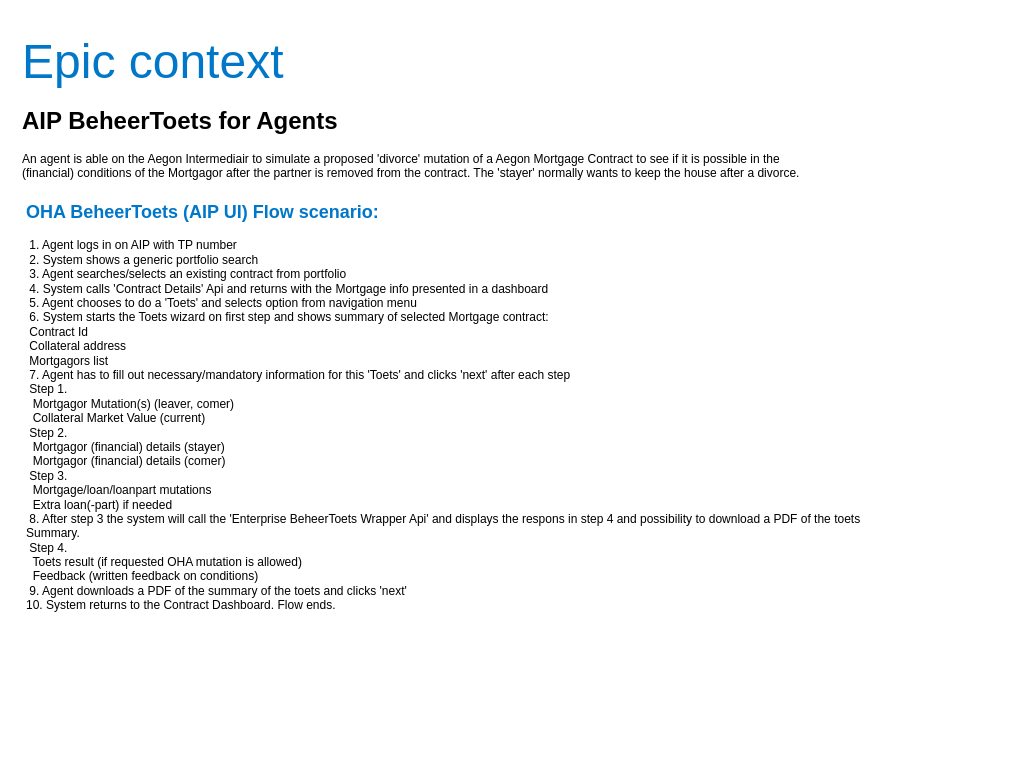
This is page "Epic Context Toets" (1 of 6) of ESA-AIP-BeheerToets.drawio from luchthandel/diagrams, a draw.io file, before an edit. Source tidied: cells renumbered, new cells numbered last; positions are measured from the earlier drawing's top-left corner, leaving out a move shared by most shapes. Both pictures are drawn from the tidied source at 100%, with x=0, y=0 at pixel (17, 27).
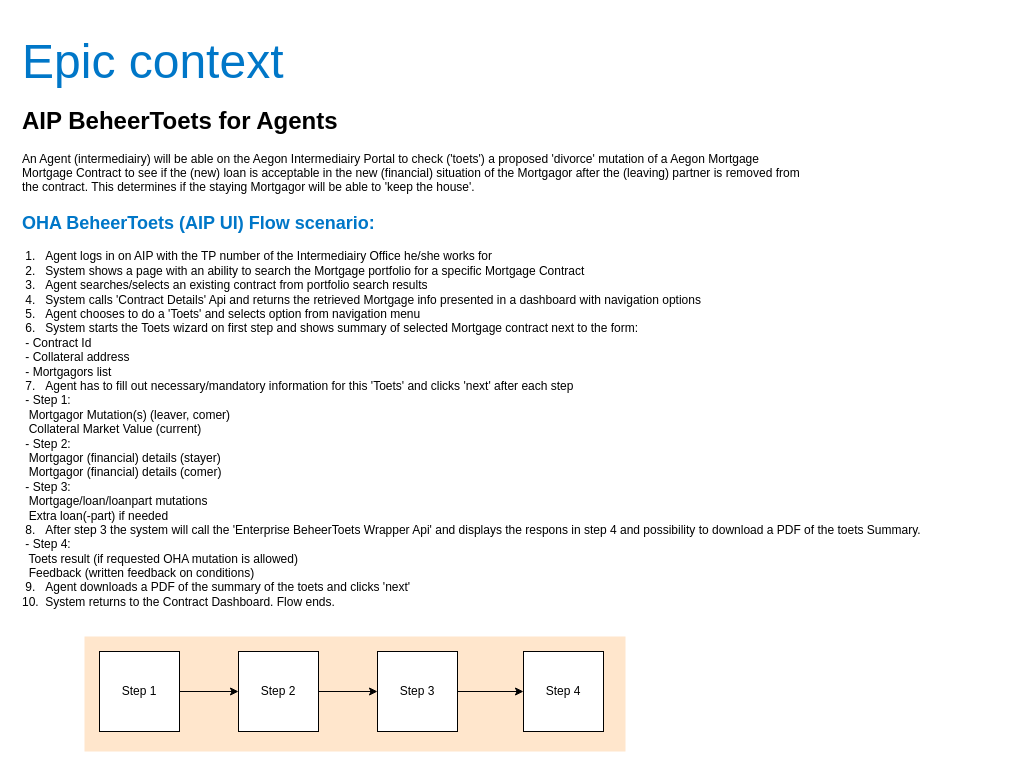
The same diagram, later.

Diff of the diagram source:
```diff
@@
 <mxGraphModel>
   <root>
     <mxCell id="0" />
     <mxCell id="1" parent="0" />
+    <mxCell id="4" style="whiteSpace=wrap;html=1;strokeColor=none;fillColor=#ffe6cc;" parent="1" vertex="1">
+      <mxGeometry x="67" y="609" width="541" height="115" as="geometry" />
+    </mxCell>
-    <mxCell id="2" value="&lt;h1 style=&quot;white-space: nowrap&quot;&gt;&lt;font color=&quot;#0077c8&quot; style=&quot;font-weight: normal ; font-size: 48px&quot;&gt;Epic context&lt;/font&gt;&lt;/h1&gt;&lt;h1&gt;AIP BeheerToets for Agents&lt;/h1&gt;&lt;p&gt;An agent is able on the Aegon Intermediair to simulate a proposed 'divorce' mutation of a Aegon Mortgage Contract to see if it is possible in the (financial) conditions of the Mortgagor after the partner is removed from the contract. The 'stayer' normally wants to keep the house after a divorce.&lt;/p&gt;" style="text;html=1;strokeColor=none;fillColor=none;spacing=5;spacingTop=-20;whiteSpace=wrap;overflow=hidden;rounded=0;" parent="1" vertex="1">
-      <mxGeometry width="790" height="160" as="geometry" />
+    <mxCell id="2" value="&lt;h1 style=&quot;white-space: nowrap&quot;&gt;&lt;font color=&quot;#0077c8&quot; style=&quot;font-weight: normal ; font-size: 48px&quot;&gt;Epic context&lt;/font&gt;&lt;/h1&gt;&lt;h1&gt;AIP BeheerToets for Agents&lt;/h1&gt;&lt;p&gt;An Agent (intermediairy) will be able on the Aegon Intermediairy Portal to check ('toets') a proposed 'divorce' mutation of a Aegon Mortgage Mortgage Contract to see if the (new) loan is acceptable in the new (financial) situation of the Mortgagor after the (leaving) partner is removed from the contract. This determines if the staying Mortgagor will be able to 'keep the house'.&lt;/p&gt;" style="text;html=1;strokeColor=none;fillColor=none;spacing=5;spacingTop=-20;whiteSpace=wrap;overflow=hidden;rounded=0;" parent="1" vertex="1">
+      <mxGeometry width="790" height="181" as="geometry" />
     </mxCell>
-    <mxCell id="3" value="&lt;p&gt;&lt;/p&gt;&lt;h2&gt;&lt;font color=&quot;#0077c8&quot;&gt;OHA BeheerToets (AIP UI) Flow scenario:&lt;/font&gt;&lt;/h2&gt;&amp;nbsp;1. Agent logs in on AIP with TP number&lt;br&gt;&amp;nbsp;2. System shows a generic portfolio search&lt;br&gt;&amp;nbsp;3. Agent searches/selects an existing contract from portfolio&lt;br&gt;&amp;nbsp;4. System calls 'Contract Details' Api and returns with the Mortgage info presented in a dashboard&lt;br&gt;&amp;nbsp;5. Agent chooses to do a 'Toets' and selects option from navigation menu&lt;br&gt;&amp;nbsp;6. System starts the Toets wizard on first step and shows summary of selected Mortgage contract:&lt;br&gt;&lt;span style=&quot;white-space: pre&quot;&gt; &lt;/span&gt;Contract Id&lt;br&gt;&lt;span style=&quot;white-space: pre&quot;&gt; &lt;/span&gt;Collateral address&lt;br&gt;&lt;span style=&quot;white-space: pre&quot;&gt; &lt;/span&gt;Mortgagors list&lt;br&gt;&amp;nbsp;7. Agent has to fill out necessary/mandatory information for this 'Toets' and clicks 'next' after each step&lt;br&gt;&lt;span style=&quot;white-space: pre&quot;&gt; &lt;/span&gt;Step 1.&lt;br&gt;&lt;span style=&quot;white-space: pre&quot;&gt;  &lt;/span&gt;Mortgagor Mutation(s) (leaver, comer)&lt;br&gt;&lt;span style=&quot;white-space: pre&quot;&gt;  &lt;/span&gt;Collateral Market Value (current)&lt;br&gt;&lt;span style=&quot;white-space: pre&quot;&gt; &lt;/span&gt;Step 2.&lt;br&gt;&lt;span style=&quot;white-space: pre&quot;&gt;  &lt;/span&gt;Mortgagor (financial) details (stayer)&lt;br&gt;&lt;span style=&quot;white-space: pre&quot;&gt;  &lt;/span&gt;Mortgagor (financial) details (comer)&lt;br&gt;&lt;span style=&quot;white-space: pre&quot;&gt; &lt;/span&gt;Step 3.&lt;br&gt;&lt;span style=&quot;white-space: pre&quot;&gt;  &lt;/span&gt;Mortgage/loan/loanpart mutations&lt;br&gt;&lt;span style=&quot;white-space: pre&quot;&gt;  &lt;/span&gt;Extra loan(-part) if needed&lt;br&gt;&amp;nbsp;8. After step 3 the system will call the 'Enterprise BeheerToets Wrapper Api' and displays the respons in step 4 and possibility to download a PDF of the toets Summary.&lt;br&gt;&lt;span style=&quot;white-space: pre&quot;&gt; &lt;/span&gt;Step 4.&lt;br&gt;&lt;span style=&quot;white-space: pre&quot;&gt;  &lt;/span&gt;Toets result (if requested OHA mutation is allowed)&lt;br&gt;&lt;span style=&quot;white-space: pre&quot;&gt;  &lt;/span&gt;Feedback (written feedback on conditions)&lt;br&gt;&amp;nbsp;9. Agent downloads a PDF of the summary of the toets and clicks 'next'&lt;br&gt;10. System returns to the Contract Dashboard. Flow ends.&lt;p&gt;&lt;/p&gt;" style="text;html=1;strokeColor=none;fillColor=none;spacing=5;spacingTop=-20;whiteSpace=wrap;overflow=hidden;rounded=0;" parent="1" vertex="1">
-      <mxGeometry x="4" y="170" width="887" height="428" as="geometry" />
+    <mxCell id="3" value="&lt;p&gt;&lt;/p&gt;&lt;h2&gt;&lt;font color=&quot;#0077c8&quot;&gt;OHA BeheerToets (AIP UI) Flow scenario:&lt;/font&gt;&lt;/h2&gt;&amp;nbsp;1.&amp;nbsp; &amp;nbsp;Agent logs in on AIP with the TP number of the Intermediairy Office he/she works for&lt;br&gt;&amp;nbsp;2.&amp;nbsp; &amp;nbsp;System shows a page with an ability to search the Mortgage portfolio for a specific Mortgage Contract&lt;br&gt;&amp;nbsp;3.&amp;nbsp; &amp;nbsp;Agent searches/selects an existing contract from portfolio search results&lt;br&gt;&amp;nbsp;4.&amp;nbsp; &amp;nbsp;System calls 'Contract Details' Api and returns the retrieved Mortgage info presented in a dashboard with navigation options&lt;br&gt;&amp;nbsp;5.&amp;nbsp; &amp;nbsp;Agent chooses to do a 'Toets' and selects option from navigation menu&lt;br&gt;&amp;nbsp;6.&amp;nbsp; &amp;nbsp;System starts the Toets wizard on first step and shows summary of selected Mortgage contract next to the form:&lt;br&gt;&lt;span style=&quot;white-space: pre&quot;&gt; &lt;/span&gt;- Contract Id&lt;br&gt;&lt;span style=&quot;white-space: pre&quot;&gt; &lt;/span&gt;- Collateral address&lt;br&gt;&lt;span style=&quot;white-space: pre&quot;&gt; &lt;/span&gt;- Mortgagors list&lt;br&gt;&amp;nbsp;7.&amp;nbsp; &amp;nbsp;Agent has to fill out necessary/mandatory information for this 'Toets' and clicks 'next' after each step&lt;br&gt;&lt;span style=&quot;white-space: pre&quot;&gt; &lt;/span&gt;- Step 1:&lt;br&gt;&lt;span style=&quot;white-space: pre&quot;&gt;  &lt;/span&gt;Mortgagor Mutation(s) (leaver, comer)&lt;br&gt;&lt;span style=&quot;white-space: pre&quot;&gt;  &lt;/span&gt;Collateral Market Value (current)&lt;br&gt;&lt;span style=&quot;white-space: pre&quot;&gt; &lt;/span&gt;- Step 2:&lt;br&gt;&lt;span style=&quot;white-space: pre&quot;&gt;  &lt;/span&gt;Mortgagor (financial) details (stayer)&lt;br&gt;&lt;span style=&quot;white-space: pre&quot;&gt;  &lt;/span&gt;Mortgagor (financial) details (comer)&lt;br&gt;&lt;span style=&quot;white-space: pre&quot;&gt; &lt;/span&gt;- Step 3:&lt;br&gt;&lt;span style=&quot;white-space: pre&quot;&gt;  &lt;/span&gt;Mortgage/loan/loanpart mutations&lt;br&gt;&lt;span style=&quot;white-space: pre&quot;&gt;  &lt;/span&gt;Extra loan(-part) if needed&lt;br&gt;&amp;nbsp;8.&amp;nbsp; &amp;nbsp;After step 3 the system will call the 'Enterprise BeheerToets Wrapper Api' and displays the respons in step 4 and possibility to download a PDF of the toets Summary.&lt;br&gt;&lt;span style=&quot;white-space: pre&quot;&gt; &lt;/span&gt;- Step 4:&lt;br&gt;&lt;span style=&quot;white-space: pre&quot;&gt;  &lt;/span&gt;Toets result (if requested OHA mutation is allowed)&lt;br&gt;&lt;span style=&quot;white-space: pre&quot;&gt;  &lt;/span&gt;Feedback (written feedback on conditions)&lt;br&gt;&amp;nbsp;9.&amp;nbsp; &amp;nbsp;Agent downloads a PDF of the summary of the toets and clicks 'next'&lt;br&gt;10.&amp;nbsp; System returns to the Contract Dashboard. Flow ends.&lt;p&gt;&lt;/p&gt;" style="text;html=1;strokeColor=none;fillColor=none;spacing=5;spacingTop=-20;whiteSpace=wrap;overflow=hidden;rounded=0;" parent="1" vertex="1">
+      <mxGeometry y="181" width="994" height="428" as="geometry" />
     </mxCell>
+    <mxCell id="5" style="edgeStyle=orthogonalEdgeStyle;rounded=0;jettySize=auto;html=1;exitX=1;exitY=0.5;exitDx=0;exitDy=0;entryX=0;entryY=0.5;entryDx=0;entryDy=0;" parent="1" edge="1" source="6" target="8">
+      <mxGeometry relative="1" as="geometry" />
+    </mxCell>
+    <mxCell id="6" value="Step 1" style="whiteSpace=wrap;html=1;" parent="1" vertex="1">
+      <mxGeometry x="82" y="624" width="80" height="80" as="geometry" />
+    </mxCell>
+    <mxCell id="7" style="edgeStyle=orthogonalEdgeStyle;rounded=0;jettySize=auto;html=1;exitX=1;exitY=0.5;exitDx=0;exitDy=0;entryX=0;entryY=0.5;entryDx=0;entryDy=0;" parent="1" edge="1" source="8" target="10">
+      <mxGeometry relative="1" as="geometry" />
+    </mxCell>
+    <mxCell id="8" value="Step 2" style="whiteSpace=wrap;html=1;" parent="1" vertex="1">
+      <mxGeometry x="221" y="624" width="80" height="80" as="geometry" />
+    </mxCell>
+    <mxCell id="9" style="edgeStyle=orthogonalEdgeStyle;rounded=0;jettySize=auto;html=1;exitX=1;exitY=0.5;exitDx=0;exitDy=0;entryX=0;entryY=0.5;entryDx=0;entryDy=0;" parent="1" edge="1" source="10" target="11">
+      <mxGeometry relative="1" as="geometry" />
+    </mxCell>
+    <mxCell id="10" value="Step 3" style="whiteSpace=wrap;html=1;" parent="1" vertex="1">
+      <mxGeometry x="360" y="624" width="80" height="80" as="geometry" />
+    </mxCell>
+    <mxCell id="11" value="Step 4" style="whiteSpace=wrap;html=1;" parent="1" vertex="1">
+      <mxGeometry x="506" y="624" width="80" height="80" as="geometry" />
+    </mxCell>
   </root>
 </mxGraphModel>
```
